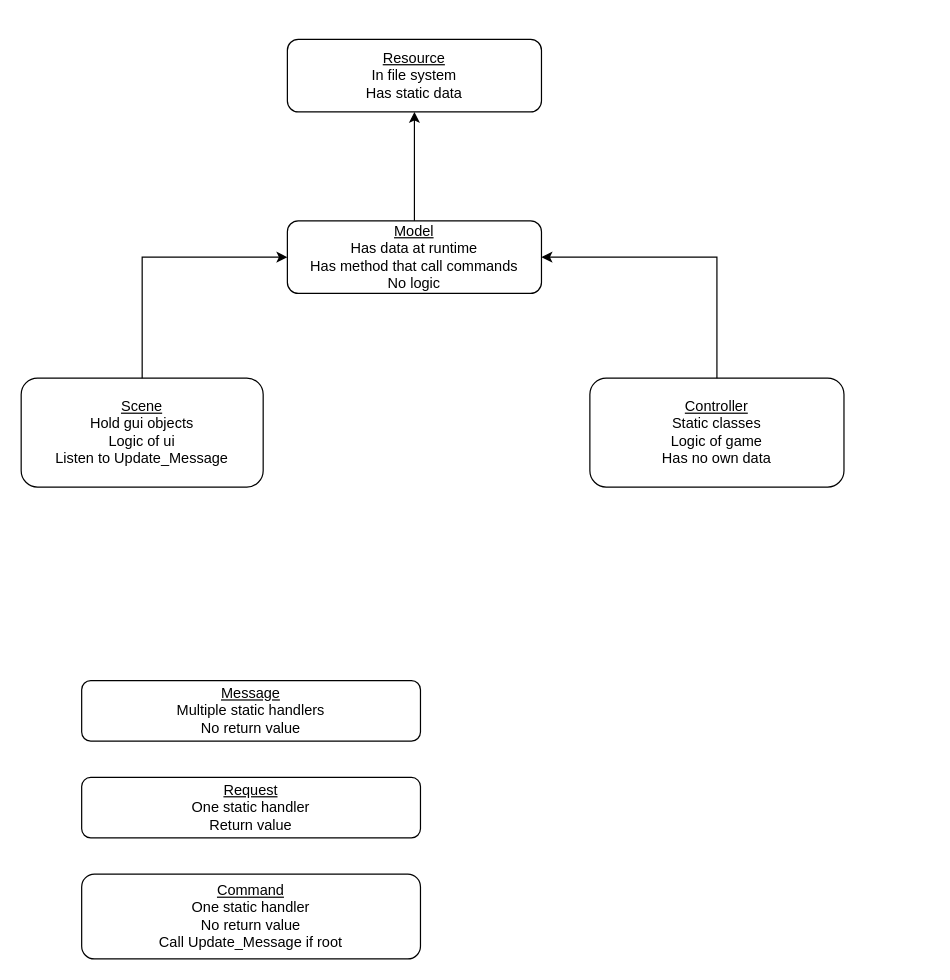
kipikipoddev/Godot_Demo keeps this draw.io diagram as Godot.drawio. Above is the earlier version. Source tidied: cells renumbered, new cells numbered last; positions are measured from the earlier drawing's top-left corner, leaving out a move shared by most shapes. Both pictures are drawn from the tidied source at 121%, with x=0, y=0 at pixel (21, 39).
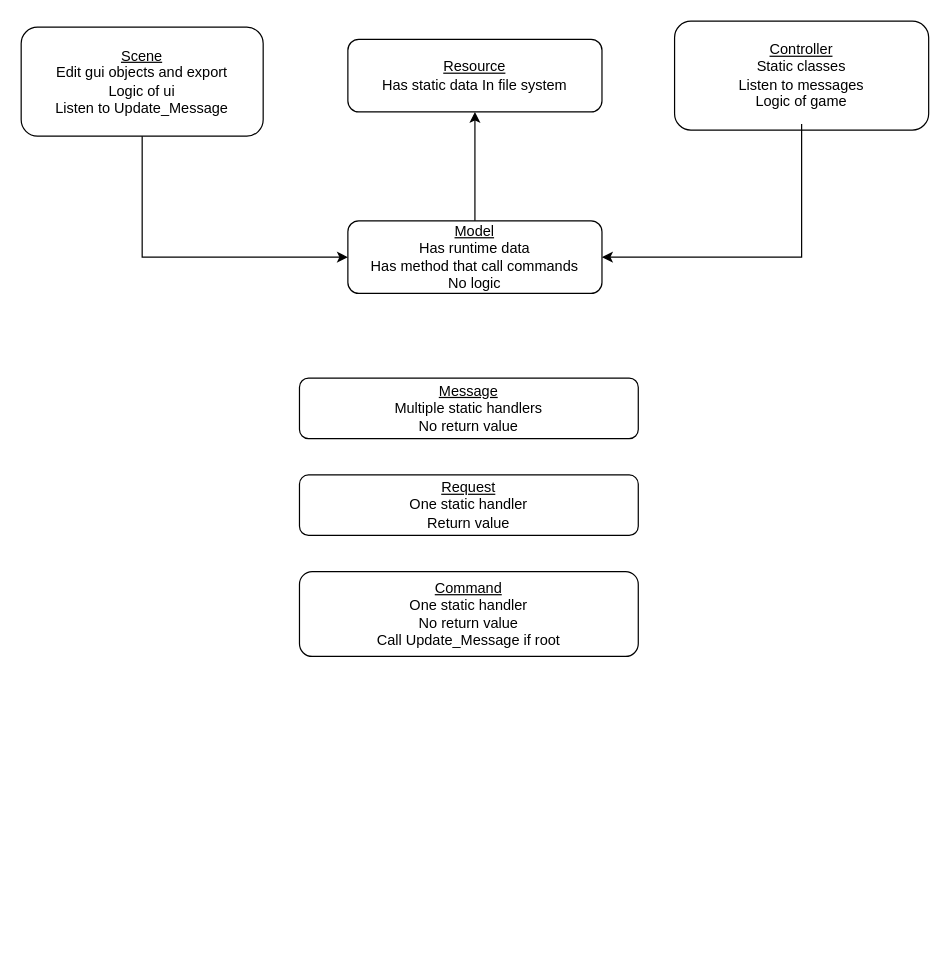
After the change.

What changed in the source:
```diff
@@
 <mxGraphModel>
   <root>
     <mxCell id="0" />
     <mxCell id="1" parent="0" />
-    <mxCell id="2" value="&lt;u&gt;Scene&lt;/u&gt;&lt;div&gt;Hold gui objects&lt;/div&gt;&lt;div&gt;Logic of ui&lt;/div&gt;&lt;div&gt;Listen to Update_Message&lt;/div&gt;" style="rounded=1;whiteSpace=wrap;html=1;" parent="1" vertex="1">
-      <mxGeometry y="280" width="200" height="90" as="geometry" />
+    <mxCell id="2" value="&lt;u&gt;Scene&lt;/u&gt;&lt;div&gt;Edit gui objects and export&lt;/div&gt;&lt;div&gt;Logic of ui&lt;/div&gt;&lt;div&gt;Listen to Update_Message&lt;/div&gt;" style="rounded=1;whiteSpace=wrap;html=1;" parent="1" vertex="1">
+      <mxGeometry y="-10" width="200" height="90" as="geometry" />
     </mxCell>
-    <mxCell id="3" value="&lt;u&gt;Model&lt;/u&gt;&lt;div&gt;Has data at runtime&lt;/div&gt;&lt;div&gt;Has method that call commands&lt;/div&gt;&lt;div&gt;No logic&lt;/div&gt;" style="rounded=1;whiteSpace=wrap;html=1;" parent="1" vertex="1">
-      <mxGeometry x="220" y="150" width="210" height="60" as="geometry" />
+    <mxCell id="3" value="&lt;u&gt;Model&lt;/u&gt;&lt;div&gt;Has&amp;nbsp;&lt;span style=&quot;background-color: initial;&quot;&gt;runtime&amp;nbsp;&lt;/span&gt;&lt;span style=&quot;background-color: initial;&quot;&gt;data&lt;/span&gt;&lt;/div&gt;&lt;div&gt;Has method that call commands&lt;/div&gt;&lt;div&gt;No logic&lt;/div&gt;" style="rounded=1;whiteSpace=wrap;html=1;" parent="1" vertex="1">
+      <mxGeometry x="270" y="150" width="210" height="60" as="geometry" />
     </mxCell>
-    <mxCell id="4" value="&lt;u&gt;Controller&lt;/u&gt;&lt;div&gt;Static classes&lt;/div&gt;&lt;div&gt;Logic of game&lt;br&gt;&lt;div&gt;Has no own data&lt;/div&gt;&lt;/div&gt;" style="rounded=1;whiteSpace=wrap;html=1;" parent="1" vertex="1">
-      <mxGeometry x="470" y="280" width="210" height="90" as="geometry" />
+    <mxCell id="4" value="&lt;u&gt;Controller&lt;/u&gt;&lt;div&gt;Static classes&lt;/div&gt;&lt;div&gt;Listen to messages&lt;/div&gt;&lt;div&gt;Logic of game&lt;/div&gt;" style="rounded=1;whiteSpace=wrap;html=1;" parent="1" vertex="1">
+      <mxGeometry x="540" y="-15" width="210" height="90" as="geometry" />
     </mxCell>
-    <mxCell id="5" value="&lt;u&gt;Resource&lt;/u&gt;&lt;div&gt;In file system&lt;br&gt;&lt;/div&gt;&lt;div&gt;Has static data&lt;/div&gt;" style="rounded=1;whiteSpace=wrap;html=1;" parent="1" vertex="1">
-      <mxGeometry x="220" width="210" height="60" as="geometry" />
+    <mxCell id="5" value="&lt;u&gt;Resource&lt;/u&gt;&lt;div&gt;&lt;span style=&quot;background-color: initial;&quot;&gt;Has static data&amp;nbsp;&lt;/span&gt;&lt;span style=&quot;background-color: initial;&quot;&gt;In file system&lt;/span&gt;&lt;/div&gt;" style="rounded=1;whiteSpace=wrap;html=1;" parent="1" vertex="1">
+      <mxGeometry x="270" width="210" height="60" as="geometry" />
     </mxCell>
     <mxCell id="6" style="endArrow=classic;html=1;rounded=0;exitX=0.5;exitY=0;exitDx=0;exitDy=0;entryX=0.5;entryY=1;entryDx=0;entryDy=0;" parent="1" edge="1" source="3" target="5">
       <mxGeometry relative="1" as="geometry" />
     </mxCell>
-    <mxCell id="7" style="endArrow=classic;html=1;rounded=0;exitX=0.5;exitY=0;exitDx=0;exitDy=0;entryX=0;entryY=0.5;entryDx=0;entryDy=0;" parent="1" edge="1" source="2" target="3">
+    <mxCell id="7" style="endArrow=classic;html=1;rounded=0;exitX=0.5;exitY=1;exitDx=0;exitDy=0;entryX=0;entryY=0.5;entryDx=0;entryDy=0;" parent="1" edge="1" source="2" target="3">
       <mxGeometry relative="1" as="geometry">
         <Array as="points">
           <mxPoint x="100" y="180" />
         </Array>
       </mxGeometry>
     </mxCell>
-    <mxCell id="8" style="endArrow=classic;html=1;rounded=0;exitX=0.5;exitY=0;exitDx=0;exitDy=0;entryX=1;entryY=0.5;entryDx=0;entryDy=0;" parent="1" edge="1" source="4" target="3">
+    <mxCell id="8" style="endArrow=classic;html=1;rounded=0;entryX=1;entryY=0.5;entryDx=0;entryDy=0;" parent="1" edge="1" target="3">
       <mxGeometry relative="1" as="geometry">
+        <mxPoint x="645" y="70" as="sourcePoint" />
         <Array as="points">
-          <mxPoint x="575" y="180" />
+          <mxPoint x="645" y="180" />
         </Array>
       </mxGeometry>
     </mxCell>
     <mxCell id="9" value="&lt;u&gt;Message&lt;/u&gt;&lt;div&gt;Multiple static handlers&lt;/div&gt;&lt;div&gt;No return value&lt;/div&gt;" style="rounded=1;whiteSpace=wrap;html=1;" parent="1" vertex="1">
-      <mxGeometry x="50" y="530" width="280" height="50" as="geometry" />
+      <mxGeometry x="230" y="280" width="280" height="50" as="geometry" />
     </mxCell>
     <mxCell id="10" value="&lt;u&gt;Request&lt;/u&gt;&lt;div&gt;One static handler&lt;br&gt;&lt;/div&gt;&lt;div&gt;Return value&lt;/div&gt;" style="rounded=1;whiteSpace=wrap;html=1;" parent="1" vertex="1">
-      <mxGeometry x="50" y="610" width="280" height="50" as="geometry" />
+      <mxGeometry x="230" y="360" width="280" height="50" as="geometry" />
     </mxCell>
     <mxCell id="11" value="&lt;u&gt;Command&lt;/u&gt;&lt;div&gt;&lt;div&gt;One static handler&lt;/div&gt;&lt;/div&gt;&lt;div&gt;No return value&lt;/div&gt;&lt;div&gt;Call&amp;nbsp;Update_Message if root&lt;/div&gt;" style="rounded=1;whiteSpace=wrap;html=1;" parent="1" vertex="1">
-      <mxGeometry x="50" y="690" width="280" height="70" as="geometry" />
+      <mxGeometry x="230" y="440" width="280" height="70" as="geometry" />
     </mxCell>
   </root>
 </mxGraphModel>
```
